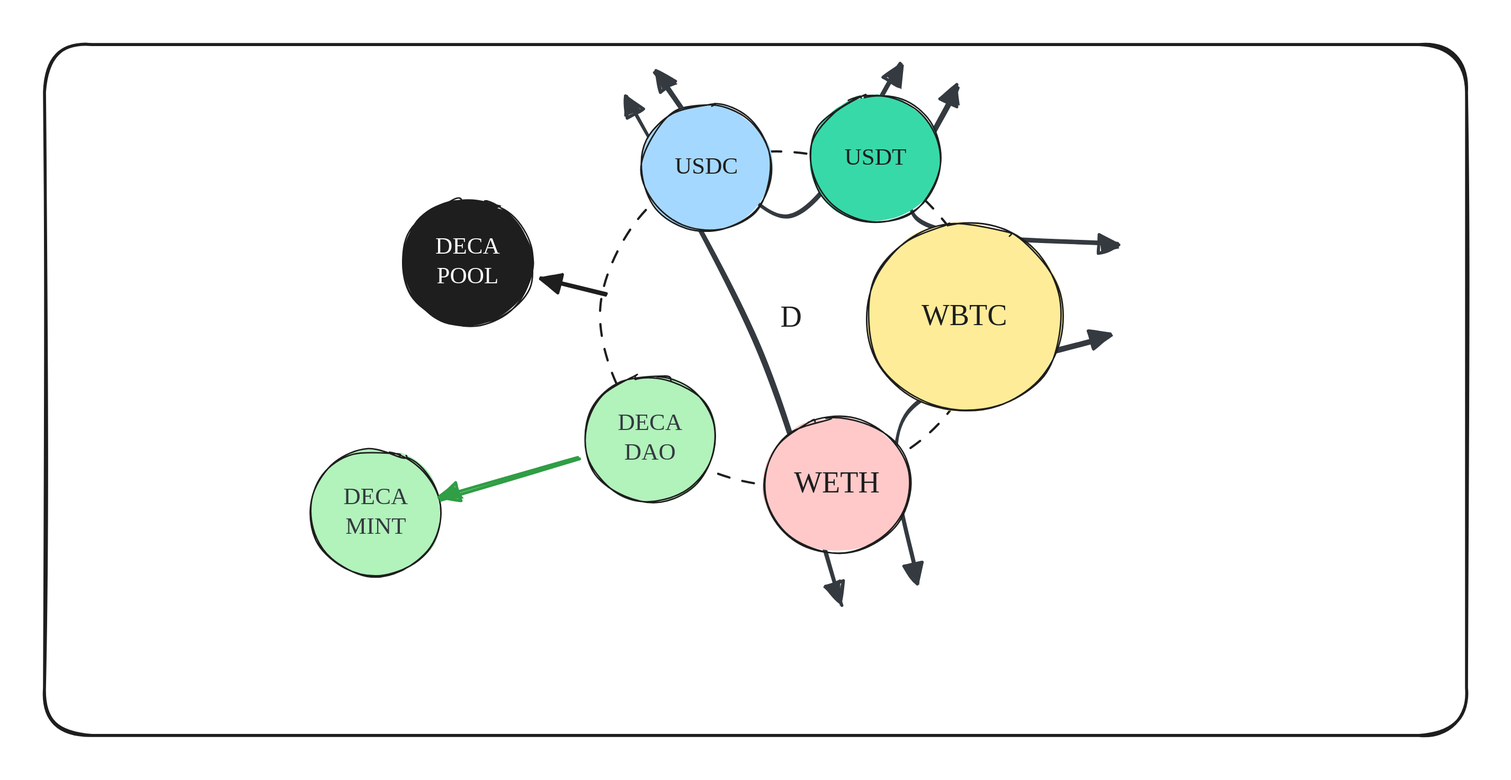
Above: .gitbook/assets/file.excalidraw (5).svg in decaswap-labs/docs (Excalidraw), before the change. Source tidied: one line per element, renumbered; positions are measured from the earlier drawing's top-left corner, leaving out a move shared by most shapes.
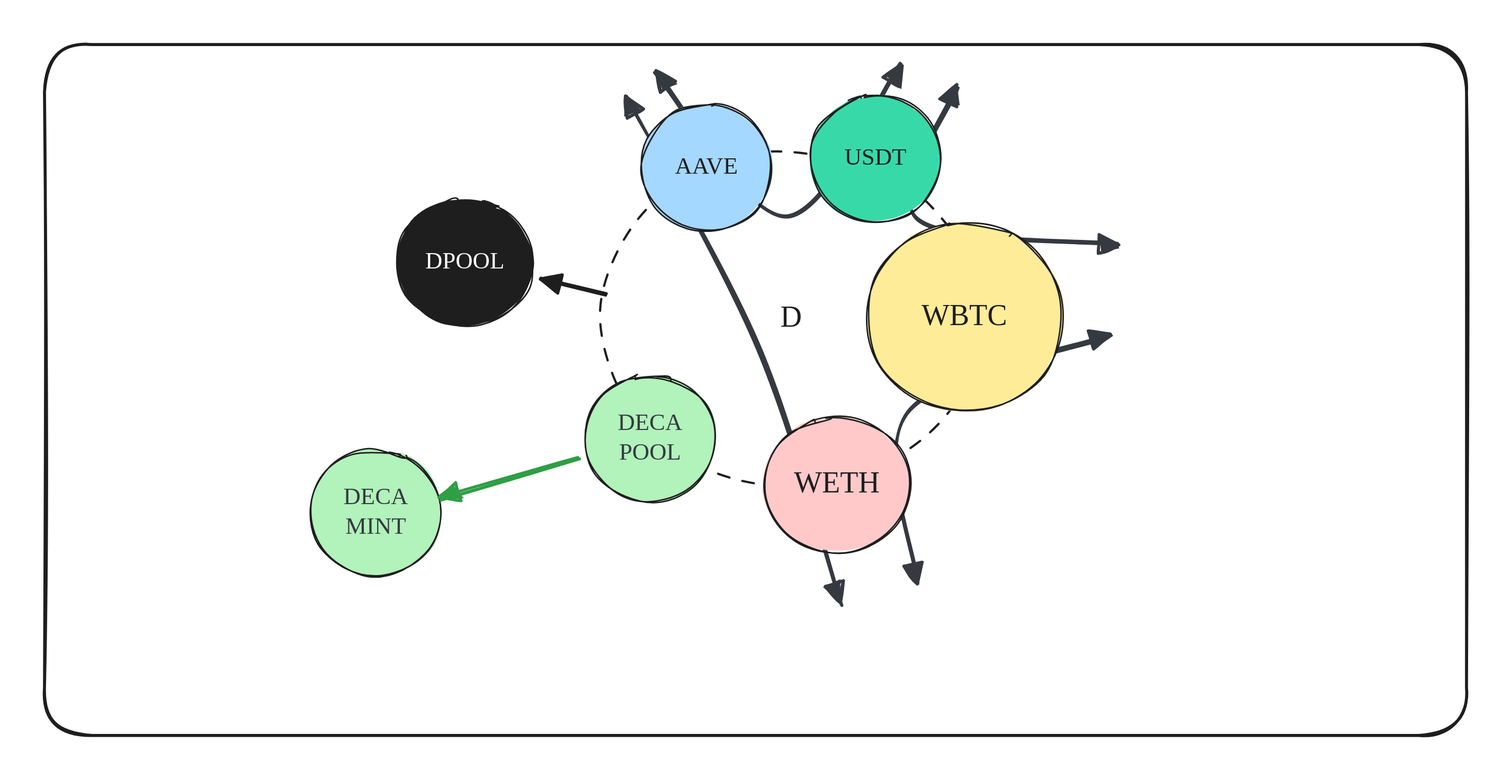
Above is the later version.

The edit, as a diff of the source:
```diff
@@ -12,11 +12,11 @@
 {"id": 11, "type": "ellipse", "strokeColor": "#1e1e1e", "backgroundColor": "#38d9a9", "fillStyle": "solid", "strokeWidth": 1, "roughness": 1, "round": true, "x": 516, "y": 60, "width": 88, "height": 85}
 {"id": 12, "type": "text", "text": "USDT", "strokeColor": "#1e1e1e", "backgroundColor": "#b2f2bb", "fillStyle": "solid", "strokeWidth": 1, "roughness": 0, "fontSize": 16, "fontFamily": 5, "textAlign": "center", "verticalAlign": "middle", "inside": 11, "x": 539, "y": 93, "width": 42, "height": 20}
 {"id": 13, "type": "ellipse", "strokeColor": "#1e1e1e", "backgroundColor": "#a5d8ff", "fillStyle": "solid", "strokeWidth": 1, "roughness": 1, "round": true, "x": 402, "y": 66, "width": 88, "height": 85}
-{"id": 14, "type": "text", "text": "USDC", "strokeColor": "#1e1e1e", "backgroundColor": "#b2f2bb", "fillStyle": "solid", "strokeWidth": 1, "roughness": 0, "fontSize": 16, "fontFamily": 5, "textAlign": "center", "verticalAlign": "middle", "inside": 13, "x": 425, "y": 99, "width": 43, "height": 20}
+{"id": 14, "type": "text", "text": "AAVE", "strokeColor": "#1e1e1e", "backgroundColor": "#b2f2bb", "fillStyle": "solid", "strokeWidth": 1, "roughness": 0, "fontSize": 16, "fontFamily": 5, "textAlign": "center", "verticalAlign": "middle", "inside": 13, "x": 425, "y": 99, "width": 42, "height": 20}
-{"id": 15, "type": "ellipse", "strokeColor": "#1e1e1e", "backgroundColor": "#1e1e1e", "fillStyle": "solid", "strokeWidth": 1, "roughness": 1, "round": true, "x": 241, "y": 130, "width": 88, "height": 85}
+{"id": 15, "type": "ellipse", "strokeColor": "#1e1e1e", "backgroundColor": "#1e1e1e", "fillStyle": "solid", "strokeWidth": 1, "roughness": 1, "round": true, "x": 237, "y": 130, "width": 92, "height": 85}
-{"id": 16, "type": "text", "text": "DECA\nPOOL", "strokeColor": "#ffffff", "backgroundColor": "#b2f2bb", "fillStyle": "solid", "strokeWidth": 1, "roughness": 0, "fontSize": 16, "fontFamily": 5, "textAlign": "center", "verticalAlign": "middle", "inside": 15, "x": 264, "y": 153, "width": 44, "height": 40}
+{"id": 16, "type": "text", "text": "DPOOL", "strokeColor": "#ffffff", "backgroundColor": "#b2f2bb", "fillStyle": "solid", "strokeWidth": 1, "roughness": 0, "fontSize": 16, "fontFamily": 5, "textAlign": "center", "verticalAlign": "middle", "inside": 15, "x": 257, "y": 163, "width": 53, "height": 20}
 {"id": 17, "type": "ellipse", "strokeColor": "#1e1e1e", "backgroundColor": "#b2f2bb", "fillStyle": "solid", "strokeWidth": 1, "roughness": 1, "round": true, "x": 364, "y": 249, "width": 88, "height": 85}
-{"id": 18, "type": "text", "text": "DECA\nDAO", "strokeColor": "#343a40", "backgroundColor": "#b2f2bb", "fillStyle": "solid", "strokeWidth": 1, "roughness": 0, "fontSize": 16, "fontFamily": 5, "textAlign": "center", "verticalAlign": "middle", "inside": 17, "x": 387, "y": 272, "width": 44, "height": 40}
+{"id": 18, "type": "text", "text": "DECA\nPOOL", "strokeColor": "#343a40", "backgroundColor": "#b2f2bb", "fillStyle": "solid", "strokeWidth": 1, "roughness": 0, "fontSize": 16, "fontFamily": 5, "textAlign": "center", "verticalAlign": "middle", "inside": 17, "x": 387, "y": 272, "width": 44, "height": 40}
 {"id": 19, "type": "ellipse", "strokeColor": "#1e1e1e", "backgroundColor": "#b2f2bb", "fillStyle": "solid", "strokeWidth": 1, "roughness": 1, "round": true, "x": 179, "y": 299, "width": 88, "height": 85}
 {"id": 20, "type": "text", "text": "DECA\nMINT", "strokeColor": "#343a40", "backgroundColor": "#b2f2bb", "fillStyle": "solid", "strokeWidth": 1, "roughness": 0, "fontSize": 16, "fontFamily": 5, "textAlign": "center", "verticalAlign": "middle", "inside": 19, "x": 202, "y": 322, "width": 44, "height": 40}
 {"id": 21, "type": "arrow", "strokeColor": "#2f9e44", "backgroundColor": "#a5d8ff", "fillStyle": "solid", "strokeWidth": 2, "roughness": 1, "endArrowhead": "triangle", "round": true, "from": 17, "to": 19, "x": 360, "y": 305, "width": 92, "height": 27, "points": [[0, 0], [-92, 27]]}
```
